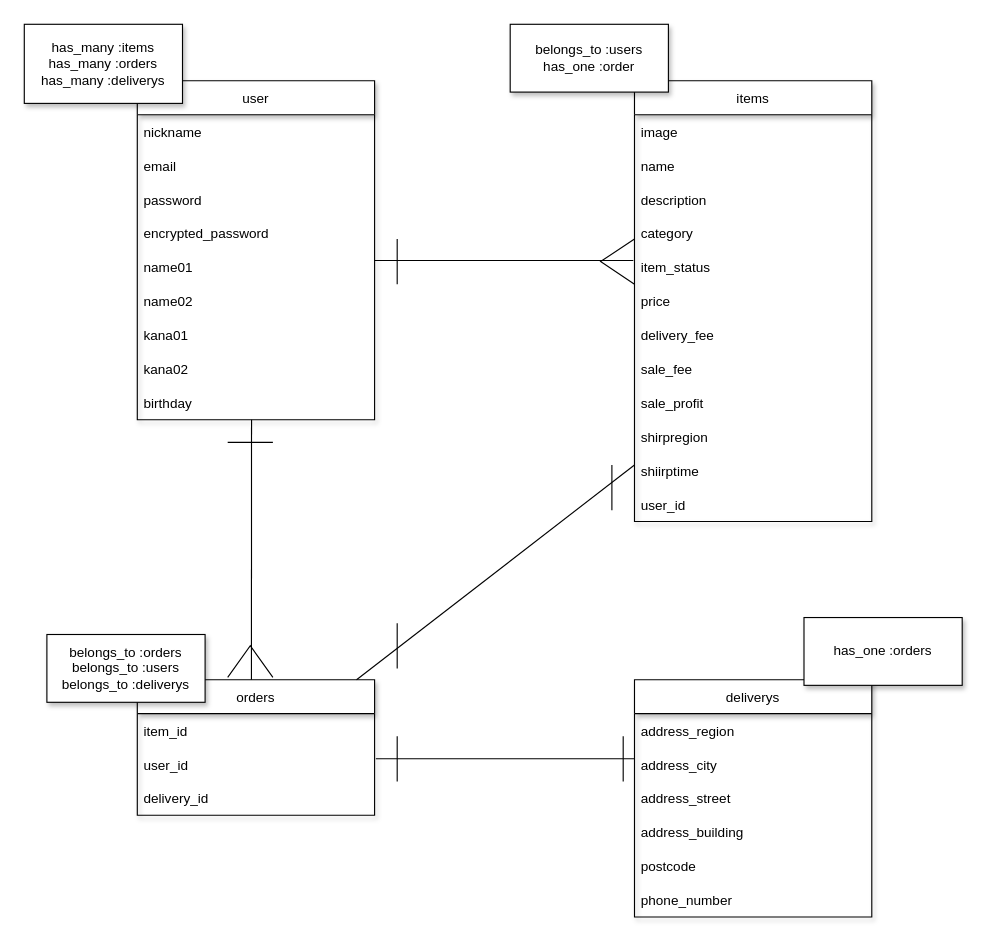
This is furima.dio from dongwoo1122/furima-38094, a draw.io file, before an edit. Source tidied: cells renumbered, new cells numbered last; positions are measured from the earlier drawing's top-left corner, leaving out a move shared by most shapes. Both pictures are drawn from the tidied source at 113%, with x=0, y=0 at pixel (24, 24).
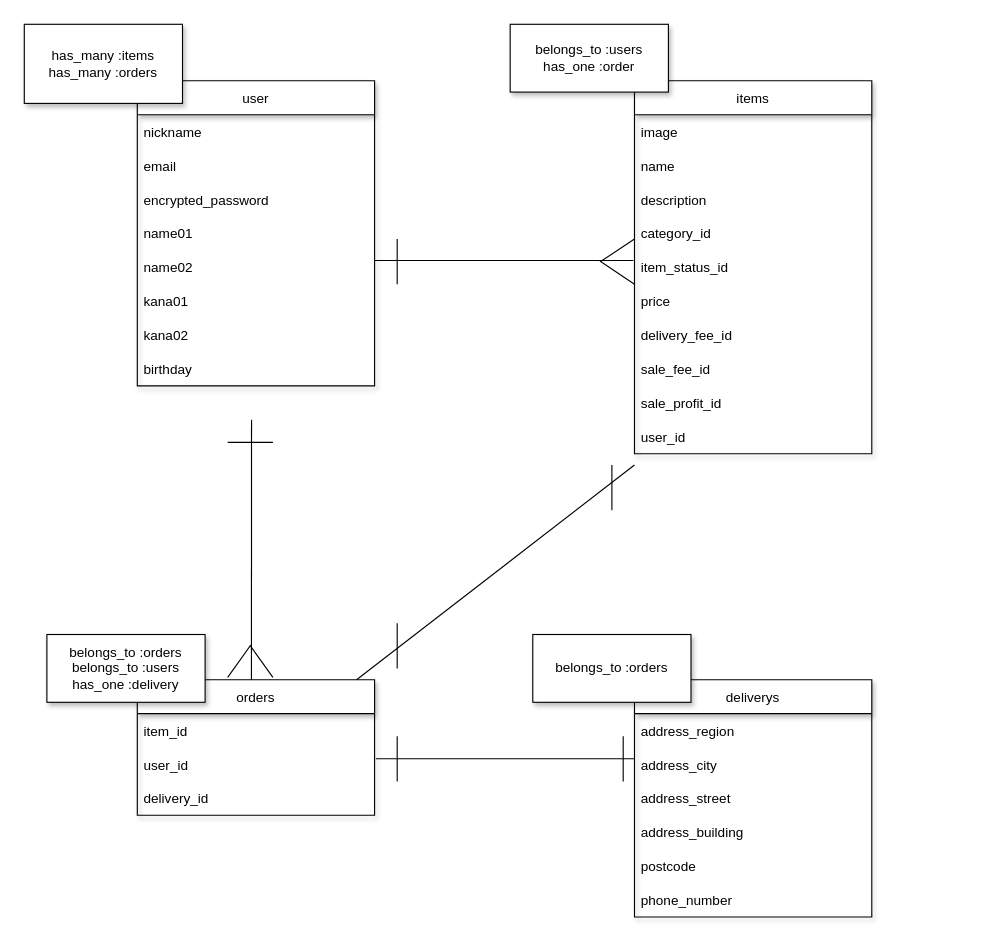
After the change.

Change to the diagram source:
```diff
@@
     <mxCell id="2" value="user" style="swimlane;fontStyle=0;horizontal=1;startSize=30;shadow=1;" parent="1" vertex="1">
-      <mxGeometry x="100" y="50" width="210" height="300" as="geometry" />
+      <mxGeometry x="100" y="50" width="210" height="270" as="geometry" />
     </mxCell>
@@
-    <mxCell id="5" value="password" style="text;strokeColor=none;fillColor=none;align=left;verticalAlign=middle;spacingLeft=4;spacingRight=4;overflow=hidden;" parent="2" vertex="1">
-      <mxGeometry y="90" width="210" height="30" as="geometry" />
-    </mxCell>
     <mxCell id="6" value="encrypted_password" style="text;strokeColor=none;fillColor=none;align=left;verticalAlign=middle;spacingLeft=4;spacingRight=4;overflow=hidden;" parent="2" vertex="1">
-      <mxGeometry y="120" width="210" height="30" as="geometry" />
+      <mxGeometry y="90" width="210" height="30" as="geometry" />
     </mxCell>
     <mxCell id="7" value="name01" style="text;strokeColor=none;fillColor=none;align=left;verticalAlign=middle;spacingLeft=4;spacingRight=4;overflow=hidden;" parent="2" vertex="1">
-      <mxGeometry y="150" width="210" height="30" as="geometry" />
+      <mxGeometry y="120" width="210" height="30" as="geometry" />
     </mxCell>
     <mxCell id="8" value="name02" style="text;strokeColor=none;fillColor=none;align=left;verticalAlign=middle;spacingLeft=4;spacingRight=4;overflow=hidden;" parent="2" vertex="1">
-      <mxGeometry y="180" width="210" height="30" as="geometry" />
+      <mxGeometry y="150" width="210" height="30" as="geometry" />
     </mxCell>
     <mxCell id="9" value="kana01 " style="text;strokeColor=none;fillColor=none;align=left;verticalAlign=middle;spacingLeft=4;spacingRight=4;overflow=hidden;" parent="2" vertex="1">
-      <mxGeometry y="210" width="210" height="30" as="geometry" />
+      <mxGeometry y="180" width="210" height="30" as="geometry" />
     </mxCell>
     <mxCell id="10" value="kana02" style="text;strokeColor=none;fillColor=none;align=left;verticalAlign=middle;spacingLeft=4;spacingRight=4;overflow=hidden;" parent="2" vertex="1">
-      <mxGeometry y="240" width="210" height="30" as="geometry" />
+      <mxGeometry y="210" width="210" height="30" as="geometry" />
     </mxCell>
     <mxCell id="11" value="birthday" style="text;strokeColor=none;fillColor=none;align=left;verticalAlign=middle;spacingLeft=4;spacingRight=4;overflow=hidden;" parent="2" vertex="1">
-      <mxGeometry y="270" width="210" height="30" as="geometry" />
+      <mxGeometry y="240" width="210" height="30" as="geometry" />
     </mxCell>
     <mxCell id="12" value="items" style="swimlane;fontStyle=0;horizontal=1;startSize=30;shadow=1;" parent="1" vertex="1">
-      <mxGeometry x="540" y="50" width="210" height="390" as="geometry" />
+      <mxGeometry x="540" y="50" width="210" height="330" as="geometry" />
     </mxCell>
@@
-    <mxCell id="16" value="category" style="text;strokeColor=none;fillColor=none;align=left;verticalAlign=middle;spacingLeft=4;spacingRight=4;overflow=hidden;" parent="12" vertex="1">
+    <mxCell id="16" value="category_id" style="text;strokeColor=none;fillColor=none;align=left;verticalAlign=middle;spacingLeft=4;spacingRight=4;overflow=hidden;" parent="12" vertex="1">
       <mxGeometry y="120" width="210" height="30" as="geometry" />
     </mxCell>
-    <mxCell id="17" value="item_status" style="text;strokeColor=none;fillColor=none;align=left;verticalAlign=middle;spacingLeft=4;spacingRight=4;overflow=hidden;points=[[0,0.5],[1,0.5]];portConstraint=eastwest;" parent="12" vertex="1">
+    <mxCell id="17" value="item_status_id" style="text;strokeColor=none;fillColor=none;align=left;verticalAlign=middle;spacingLeft=4;spacingRight=4;overflow=hidden;points=[[0,0.5],[1,0.5]];portConstraint=eastwest;" parent="12" vertex="1">
       <mxGeometry y="150" width="210" height="30" as="geometry" />
     </mxCell>
@@
-    <mxCell id="19" value="delivery_fee" style="text;strokeColor=none;fillColor=none;align=left;verticalAlign=middle;spacingLeft=4;spacingRight=4;overflow=hidden;" parent="12" vertex="1">
+    <mxCell id="19" value="delivery_fee_id" style="text;strokeColor=none;fillColor=none;align=left;verticalAlign=middle;spacingLeft=4;spacingRight=4;overflow=hidden;" parent="12" vertex="1">
       <mxGeometry y="210" width="210" height="30" as="geometry" />
     </mxCell>
-    <mxCell id="20" value="sale_fee" style="text;strokeColor=none;fillColor=none;align=left;verticalAlign=middle;spacingLeft=4;spacingRight=4;overflow=hidden;" parent="12" vertex="1">
+    <mxCell id="20" value="sale_fee_id" style="text;strokeColor=none;fillColor=none;align=left;verticalAlign=middle;spacingLeft=4;spacingRight=4;overflow=hidden;" parent="12" vertex="1">
       <mxGeometry y="240" width="210" height="30" as="geometry" />
     </mxCell>
-    <mxCell id="21" value="sale_profit" style="text;strokeColor=none;fillColor=none;align=left;verticalAlign=middle;spacingLeft=4;spacingRight=4;overflow=hidden;" parent="12" vertex="1">
+    <mxCell id="21" value="sale_profit_id" style="text;strokeColor=none;fillColor=none;align=left;verticalAlign=middle;spacingLeft=4;spacingRight=4;overflow=hidden;" parent="12" vertex="1">
       <mxGeometry y="270" width="210" height="30" as="geometry" />
     </mxCell>
-    <mxCell id="22" value="shirpregion" style="text;strokeColor=none;fillColor=none;align=left;verticalAlign=middle;spacingLeft=4;spacingRight=4;overflow=hidden;" parent="12" vertex="1">
-      <mxGeometry y="300" width="210" height="30" as="geometry" />
-    </mxCell>
-    <mxCell id="23" value="shiirptime" style="text;strokeColor=none;fillColor=none;align=left;verticalAlign=middle;spacingLeft=4;spacingRight=4;overflow=hidden;" parent="12" vertex="1">
-      <mxGeometry y="330" width="210" height="30" as="geometry" />
-    </mxCell>
     <mxCell id="24" value="user_id" style="text;strokeColor=none;fillColor=none;align=left;verticalAlign=middle;spacingLeft=4;spacingRight=4;overflow=hidden;" parent="12" vertex="1">
-      <mxGeometry y="360" width="210" height="30" as="geometry" />
+      <mxGeometry y="300" width="210" height="30" as="geometry" />
     </mxCell>
@@
-    <mxCell id="38" value="has_many :items&lt;br&gt;has_many :orders&lt;br&gt;&lt;div style=&quot;&quot;&gt;&lt;span&gt;has_many :deliverys&lt;/span&gt;&lt;/div&gt;" style="whiteSpace=wrap;html=1;align=center;shadow=1;" parent="1" vertex="1">
+    <mxCell id="38" value="has_many :items&lt;br&gt;has_many :orders" style="whiteSpace=wrap;html=1;align=center;shadow=1;" parent="1" vertex="1">
       <mxGeometry width="140" height="70" as="geometry" />
     </mxCell>
@@
-    <mxCell id="44" value="belongs_to :orders&lt;br&gt;belongs_to :users&lt;br&gt;belongs_to :deliverys" style="whiteSpace=wrap;html=1;align=center;shadow=1;" parent="1" vertex="1">
+    <mxCell id="44" value="belongs_to :orders&lt;br&gt;belongs_to :users&lt;br&gt;has_one :delivery" style="whiteSpace=wrap;html=1;align=center;shadow=1;" parent="1" vertex="1">
       <mxGeometry x="20" y="540" width="140" height="60" as="geometry" />
     </mxCell>
@@
-    <mxCell id="51" value="has_one :orders" style="whiteSpace=wrap;html=1;align=center;shadow=1;" parent="1" vertex="1">
-      <mxGeometry x="690" y="525" width="140" height="60" as="geometry" />
+    <mxCell id="51" value="belongs_to :orders" style="whiteSpace=wrap;html=1;align=center;shadow=1;" parent="1" vertex="1">
+      <mxGeometry x="450" y="540" width="140" height="60" as="geometry" />
     </mxCell>
```
